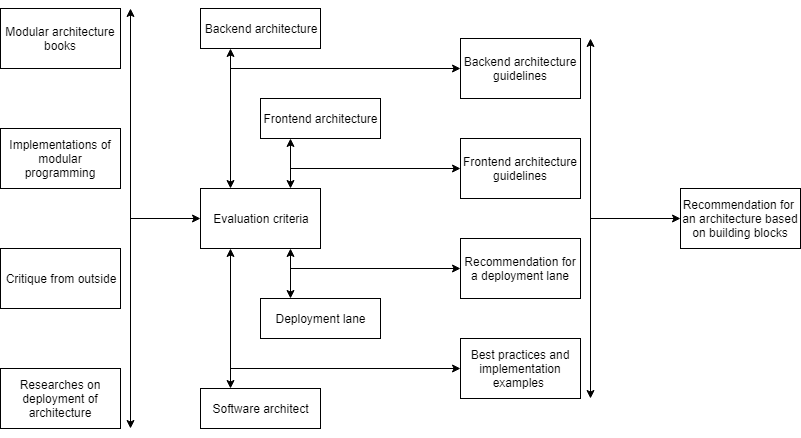
Before: research_framework.png, a diagram exported from draw.io (jessielaf/scriptie). Source tidied: cells renumbered, new cells last; positions are measured from the earlier drawing's top-left corner, leaving out a move shared by most shapes.
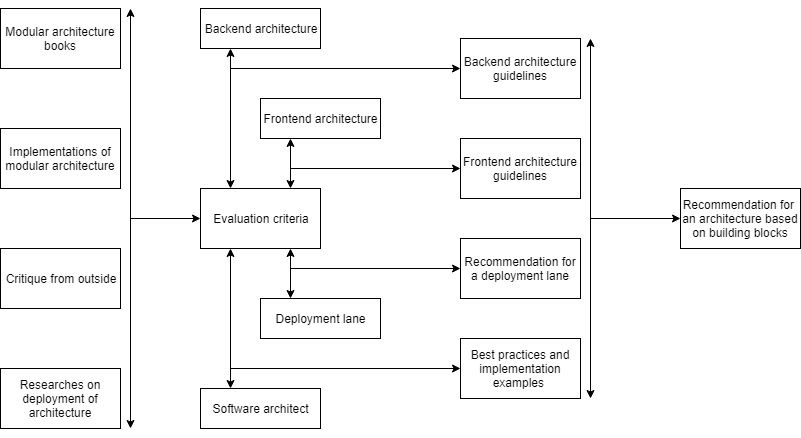
Above is the later version.

What changed in the source:
```diff
@@ -5,7 +5,7 @@
     <mxCell id="2" value="Modular architecture books" style="rounded=0;whiteSpace=wrap;html=1;" parent="1" vertex="1">
       <mxGeometry width="120" height="60" as="geometry" />
     </mxCell>
-    <mxCell id="3" value="&lt;span id=&quot;docs-internal-guid-a2a82d70-7fff-6dd8-ffa8-9c42b29f2f24&quot;&gt;&lt;span&gt;Implementations of modular programming&lt;/span&gt;&lt;/span&gt;" style="rounded=0;whiteSpace=wrap;html=1;" parent="1" vertex="1">
+    <mxCell id="3" value="&lt;span id=&quot;docs-internal-guid-a2a82d70-7fff-6dd8-ffa8-9c42b29f2f24&quot;&gt;&lt;span&gt;Implementations of modular architecture&lt;/span&gt;&lt;/span&gt;" style="rounded=0;whiteSpace=wrap;html=1;" parent="1" vertex="1">
       <mxGeometry y="120" width="120" height="60" as="geometry" />
     </mxCell>
     <mxCell id="4" value="&lt;span id=&quot;docs-internal-guid-450d8184-7fff-80a6-6211-42ab2b81e6c5&quot;&gt;&lt;span&gt;Critique from outside&lt;/span&gt;&lt;/span&gt;" style="rounded=0;whiteSpace=wrap;html=1;" parent="1" vertex="1">
```
